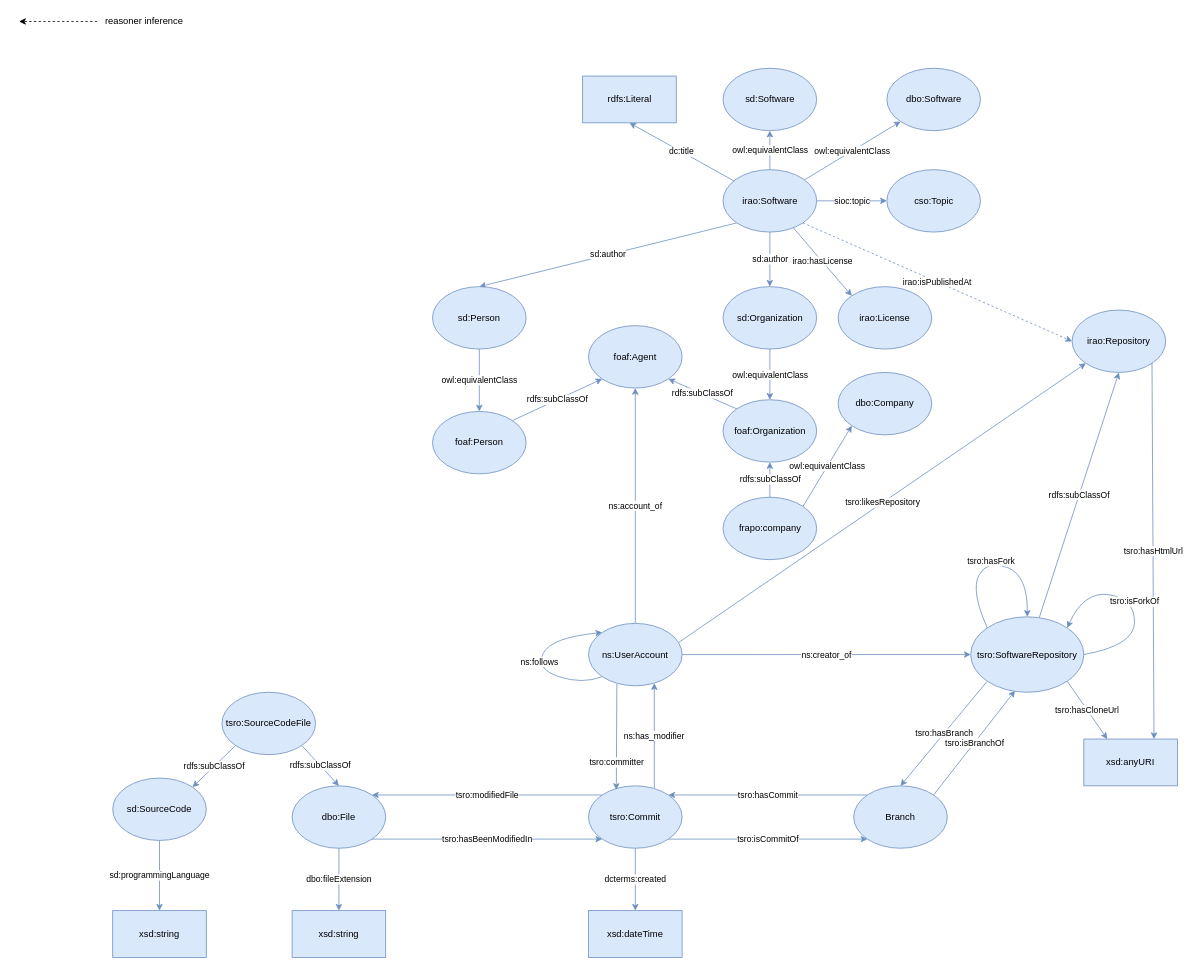
Earlier version of the draw.io diagram ontologies/The Software Repository Ontology.drawio (sabato-nocera/tsro). Source tidied: cells renumbered, new cells numbered last; positions are measured from the earlier drawing's top-left corner, leaving out a move shared by most shapes. Both pictures are drawn from the tidied source at 78%, with x=0, y=0 at pixel (19, 13).
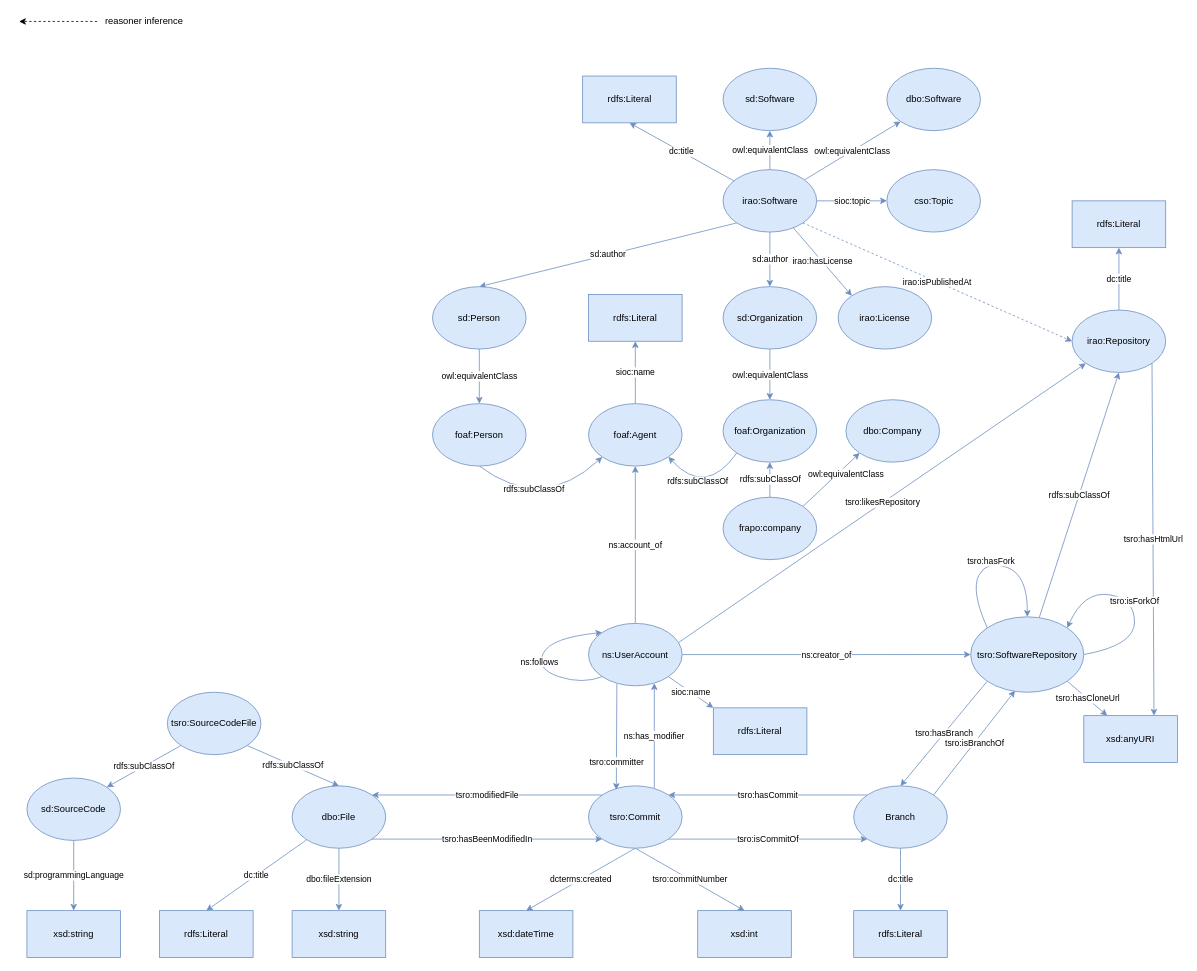
The same diagram, later.

The change refers to these unchanged cells:
```xml
<mxCell id="2" value="irao:Repository" style="ellipse;whiteSpace=wrap;html=1;fillColor=#dae8fc;strokeColor=#6c8ebf;" parent="1" vertex="1">
  <mxGeometry x="1350" y="380" width="120" height="80" as="geometry" />
</mxCell>
<mxCell id="5" value="dbo:File" style="ellipse;whiteSpace=wrap;html=1;fillColor=#dae8fc;strokeColor=#6c8ebf;" parent="1" vertex="1">
  <mxGeometry x="350" y="990" width="120" height="80" as="geometry" />
</mxCell>
<mxCell id="9" value="tsro:Commit" style="ellipse;whiteSpace=wrap;html=1;fillColor=#dae8fc;strokeColor=#6c8ebf;" parent="1" vertex="1">
  <mxGeometry x="730" y="990" width="120" height="80" as="geometry" />
</mxCell>
<mxCell id="12" value="Branch" style="ellipse;whiteSpace=wrap;html=1;fillColor=#dae8fc;strokeColor=#6c8ebf;" parent="1" vertex="1">
  <mxGeometry x="1070" y="990" width="120" height="80" as="geometry" />
</mxCell>
<mxCell id="24" value="ns:UserAccount" style="ellipse;whiteSpace=wrap;html=1;fillColor=#dae8fc;strokeColor=#6c8ebf;" parent="1" vertex="1">
  <mxGeometry x="730" y="781.7" width="120" height="80" as="geometry" />
</mxCell>
<mxCell id="55" value="foaf:Organization" style="ellipse;whiteSpace=wrap;html=1;fillColor=#dae8fc;strokeColor=#6c8ebf;" parent="1" vertex="1">
  <mxGeometry x="902.5" y="495" width="120" height="80" as="geometry" />
</mxCell>
<mxCell id="61" value="frapo:company" style="ellipse;whiteSpace=wrap;html=1;fillColor=#dae8fc;strokeColor=#6c8ebf;" parent="1" vertex="1">
  <mxGeometry x="902.5" y="620" width="120" height="80" as="geometry" />
</mxCell>
```

The edit, as a diff of the source:
```diff
@@
+    <mxCell id="65" value="dc:title" style="rounded=0;jettySize=auto;html=1;entryX=0.5;entryY=1;entryDx=0;entryDy=0;fillColor=#dae8fc;strokeColor=#6c8ebf;" parent="1" edge="1" source="2" target="71">
+      <mxGeometry relative="1" as="geometry" />
+    </mxCell>
@@
+    <mxCell id="66" value="dc:title" style="edgeStyle=none;curved=1;jettySize=auto;html=1;entryX=0.5;entryY=0;entryDx=0;entryDy=0;fillColor=#dae8fc;strokeColor=#6c8ebf;" parent="1" edge="1" source="5" target="76">
+      <mxGeometry relative="1" as="geometry" />
+    </mxCell>
@@
-    <mxCell id="6" value="dcterms:created" style="edgeStyle=none;rounded=0;jettySize=auto;html=1;entryX=0.5;entryY=0;entryDx=0;entryDy=0;fillColor=#dae8fc;strokeColor=#6c8ebf;" parent="1" edge="1" source="9" target="56">
+    <mxCell id="6" value="dcterms:created" style="edgeStyle=none;rounded=0;jettySize=auto;html=1;entryX=0.5;entryY=0;entryDx=0;entryDy=0;fillColor=#dae8fc;strokeColor=#6c8ebf;exitX=0.5;exitY=1;exitDx=0;exitDy=0;" parent="1" edge="1" source="9" target="56">
       <mxGeometry relative="1" as="geometry" />
     </mxCell>
@@
+    <mxCell id="67" value="tsro:commitNumber" style="edgeStyle=none;curved=1;jettySize=auto;html=1;exitX=0.5;exitY=1;exitDx=0;exitDy=0;entryX=0.5;entryY=0;entryDx=0;entryDy=0;fillColor=#dae8fc;strokeColor=#6c8ebf;" parent="1" edge="1" source="9" target="73">
+      <mxGeometry relative="1" as="geometry" />
+    </mxCell>
@@
+    <mxCell id="68" value="dc:title" style="edgeStyle=none;curved=1;jettySize=auto;html=1;entryX=0.5;entryY=0;entryDx=0;entryDy=0;fillColor=#dae8fc;strokeColor=#6c8ebf;" parent="1" edge="1" source="12" target="74">
+      <mxGeometry relative="1" as="geometry" />
+    </mxCell>
@@
+    <mxCell id="69" value="sioc:name" style="edgeStyle=none;curved=1;jettySize=auto;html=1;exitX=1;exitY=1;exitDx=0;exitDy=0;entryX=0;entryY=0;entryDx=0;entryDy=0;fillColor=#dae8fc;strokeColor=#6c8ebf;" parent="1" edge="1" source="24" target="75">
+      <mxGeometry relative="1" as="geometry" />
+    </mxCell>
@@
     <mxCell id="38" value="xsd:anyURI" style="whiteSpace=wrap;html=1;fillColor=#dae8fc;strokeColor=#6c8ebf;" parent="1" vertex="1">
-      <mxGeometry x="1365" y="930" width="120" height="60" as="geometry" />
+      <mxGeometry x="1365" y="900" width="120" height="60" as="geometry" />
     </mxCell>
@@
     <mxCell id="45" value="sd:SourceCode" style="ellipse;whiteSpace=wrap;html=1;fillColor=#dae8fc;strokeColor=#6c8ebf;" parent="1" vertex="1">
-      <mxGeometry x="120" y="980" width="120" height="80" as="geometry" />
+      <mxGeometry x="10" y="980" width="120" height="80" as="geometry" />
     </mxCell>
@@
     <mxCell id="48" value="tsro:SourceCodeFile" style="ellipse;whiteSpace=wrap;html=1;fillColor=#dae8fc;strokeColor=#6c8ebf;" parent="1" vertex="1">
-      <mxGeometry x="260" y="870" width="120" height="80" as="geometry" />
+      <mxGeometry x="190" y="870" width="120" height="80" as="geometry" />
     </mxCell>
@@
     <mxCell id="51" value="xsd:string" style="whiteSpace=wrap;html=1;fillColor=#dae8fc;strokeColor=#6c8ebf;" parent="1" vertex="1">
-      <mxGeometry x="120" y="1150" width="120" height="60" as="geometry" />
+      <mxGeometry x="10" y="1150" width="120" height="60" as="geometry" />
     </mxCell>
-    <mxCell id="52" value="rdfs:subClassOf" style="edgeStyle=none;rounded=0;jettySize=auto;html=1;exitX=1;exitY=0;exitDx=0;exitDy=0;entryX=0;entryY=1;entryDx=0;entryDy=0;fillColor=#dae8fc;strokeColor=#6c8ebf;" parent="1" edge="1" source="53" target="58">
-      <mxGeometry relative="1" as="geometry" />
+    <mxCell id="52" value="rdfs:subClassOf" style="edgeStyle=none;jettySize=auto;html=1;exitX=0.5;exitY=1;exitDx=0;exitDy=0;entryX=0;entryY=1;entryDx=0;entryDy=0;fillColor=#dae8fc;strokeColor=#6c8ebf;curved=1;" parent="1" edge="1" source="53" target="58">
+      <mxGeometry x="-0.28" y="18" relative="1" as="geometry">
+        <Array as="points">
+          <mxPoint x="670" y="640" />
+        </Array>
+      </mxGeometry>
     </mxCell>
     <mxCell id="53" value="foaf:Person" style="ellipse;whiteSpace=wrap;html=1;fillColor=#dae8fc;strokeColor=#6c8ebf;" parent="1" vertex="1">
-      <mxGeometry x="530" y="510" width="120" height="80" as="geometry" />
+      <mxGeometry x="530" y="500" width="120" height="80" as="geometry" />
     </mxCell>
-    <mxCell id="54" value="rdfs:subClassOf" style="edgeStyle=none;rounded=0;jettySize=auto;html=1;exitX=0;exitY=0;exitDx=0;exitDy=0;entryX=1;entryY=1;entryDx=0;entryDy=0;fillColor=#dae8fc;strokeColor=#6c8ebf;" parent="1" edge="1" source="55" target="58">
-      <mxGeometry relative="1" as="geometry" />
+    <mxCell id="54" value="rdfs:subClassOf" style="edgeStyle=none;jettySize=auto;html=1;exitX=0;exitY=1;exitDx=0;exitDy=0;entryX=1;entryY=1;entryDx=0;entryDy=0;fillColor=#dae8fc;strokeColor=#6c8ebf;curved=1;" parent="1" edge="1" source="55" target="58">
+      <mxGeometry x="0.3" y="-6" relative="1" as="geometry">
+        <Array as="points">
+          <mxPoint x="880" y="620" />
+        </Array>
+      </mxGeometry>
     </mxCell>
@@
     <mxCell id="56" value="xsd:dateTime" style="whiteSpace=wrap;html=1;fillColor=#dae8fc;strokeColor=#6c8ebf;" parent="1" vertex="1">
-      <mxGeometry x="730" y="1150" width="120" height="60" as="geometry" />
+      <mxGeometry x="590" y="1150" width="120" height="60" as="geometry" />
     </mxCell>
@@
+    <mxCell id="70" value="sioc:name" style="edgeStyle=none;rounded=0;jettySize=auto;html=1;entryX=0.5;entryY=1;entryDx=0;entryDy=0;fillColor=#dae8fc;strokeColor=#6c8ebf;" parent="1" edge="1" source="58" target="72">
+      <mxGeometry relative="1" as="geometry" />
+    </mxCell>
     <mxCell id="58" value="foaf:Agent" style="ellipse;whiteSpace=wrap;html=1;fillColor=#dae8fc;strokeColor=#6c8ebf;" parent="1" vertex="1">
-      <mxGeometry x="730" y="400" width="120" height="80" as="geometry" />
+      <mxGeometry x="730" y="500" width="120" height="80" as="geometry" />
     </mxCell>
@@
     <mxCell id="60" value="owl:equivalentClass" style="edgeStyle=none;rounded=0;jettySize=auto;html=1;exitX=1;exitY=0;exitDx=0;exitDy=0;entryX=0;entryY=1;entryDx=0;entryDy=0;fillColor=#dae8fc;strokeColor=#6c8ebf;" parent="1" edge="1" source="61" target="62">
-      <mxGeometry relative="1" as="geometry" />
+      <mxGeometry x="0.38" y="-7" relative="1" as="geometry">
+        <mxPoint y="1" as="offset" />
+      </mxGeometry>
     </mxCell>
@@
     <mxCell id="62" value="dbo:Company" style="ellipse;whiteSpace=wrap;html=1;fillColor=#dae8fc;strokeColor=#6c8ebf;" parent="1" vertex="1">
-      <mxGeometry x="1050" y="460" width="120" height="80" as="geometry" />
+      <mxGeometry x="1060" y="495" width="120" height="80" as="geometry" />
     </mxCell>
@@
+    <mxCell id="71" value="rdfs:Literal" style="whiteSpace=wrap;html=1;fillColor=#dae8fc;strokeColor=#6c8ebf;" parent="1" vertex="1">
+      <mxGeometry x="1350" y="240" width="120" height="60" as="geometry" />
+    </mxCell>
+    <mxCell id="72" value="rdfs:Literal" style="whiteSpace=wrap;html=1;fillColor=#dae8fc;strokeColor=#6c8ebf;" parent="1" vertex="1">
+      <mxGeometry x="730" y="360" width="120" height="60" as="geometry" />
+    </mxCell>
+    <mxCell id="73" value="xsd:int" style="whiteSpace=wrap;html=1;fillColor=#dae8fc;strokeColor=#6c8ebf;" parent="1" vertex="1">
+      <mxGeometry x="870" y="1150" width="120" height="60" as="geometry" />
+    </mxCell>
+    <mxCell id="74" value="rdfs:Literal" style="whiteSpace=wrap;html=1;fillColor=#dae8fc;strokeColor=#6c8ebf;" parent="1" vertex="1">
+      <mxGeometry x="1070" y="1150" width="120" height="60" as="geometry" />
+    </mxCell>
+    <mxCell id="75" value="rdfs:Literal" style="whiteSpace=wrap;html=1;fillColor=#dae8fc;strokeColor=#6c8ebf;" parent="1" vertex="1">
+      <mxGeometry x="890" y="890" width="120" height="60" as="geometry" />
+    </mxCell>
+    <mxCell id="76" value="rdfs:Literal" style="whiteSpace=wrap;html=1;fillColor=#dae8fc;strokeColor=#6c8ebf;" parent="1" vertex="1">
+      <mxGeometry x="180" y="1150" width="120" height="60" as="geometry" />
+    </mxCell>
```
